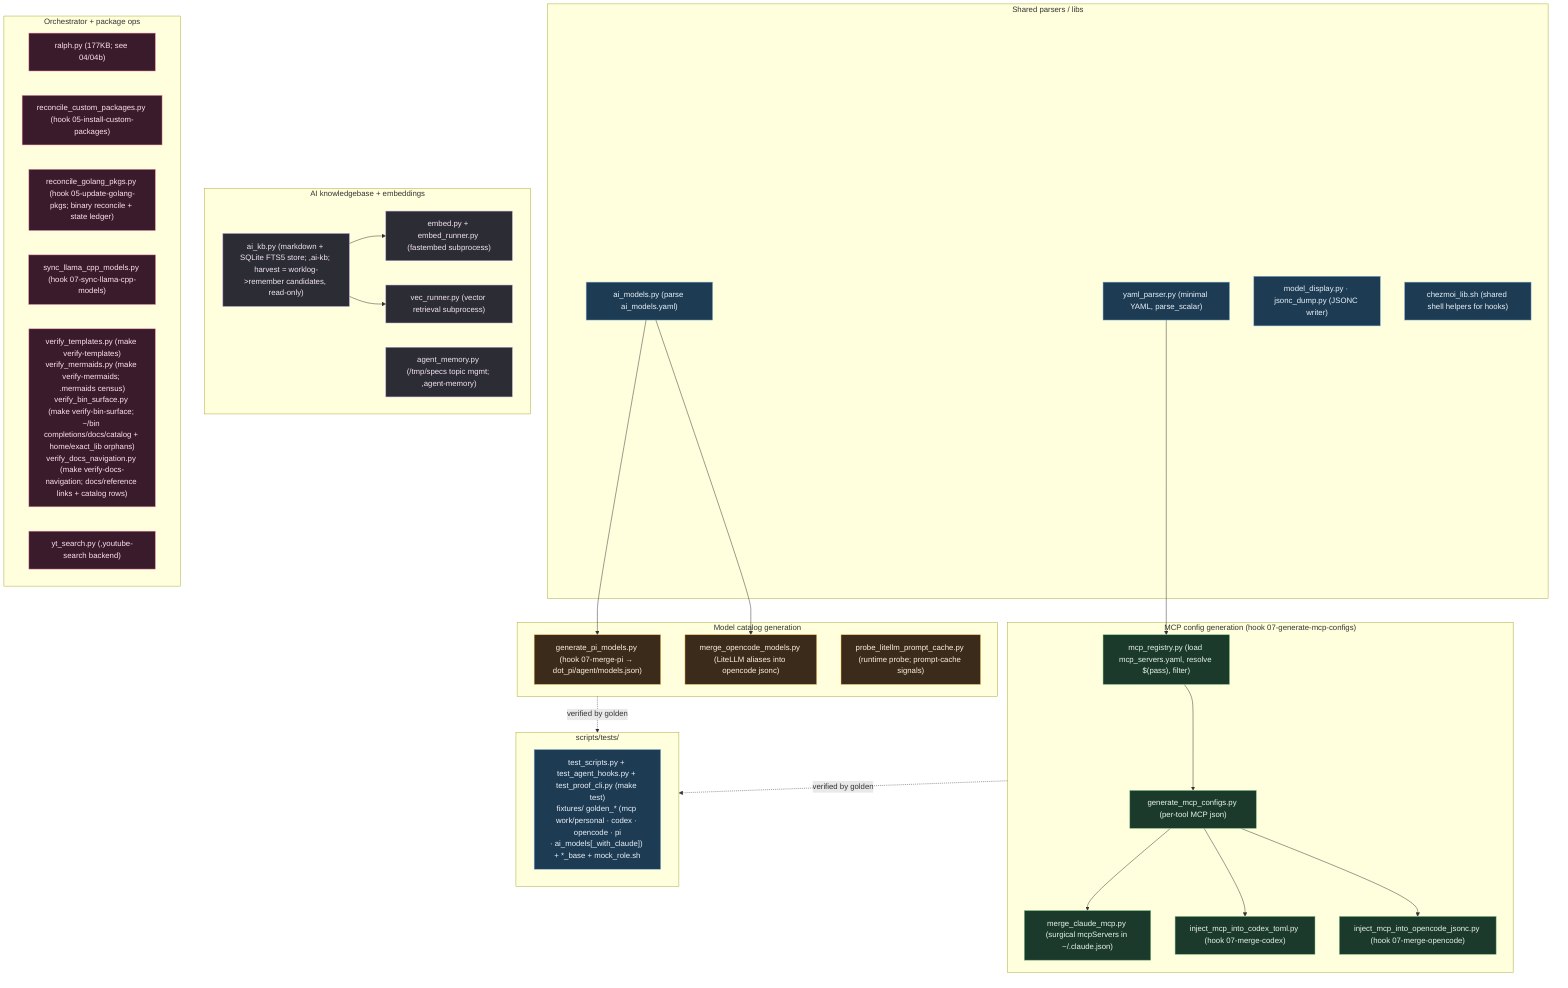
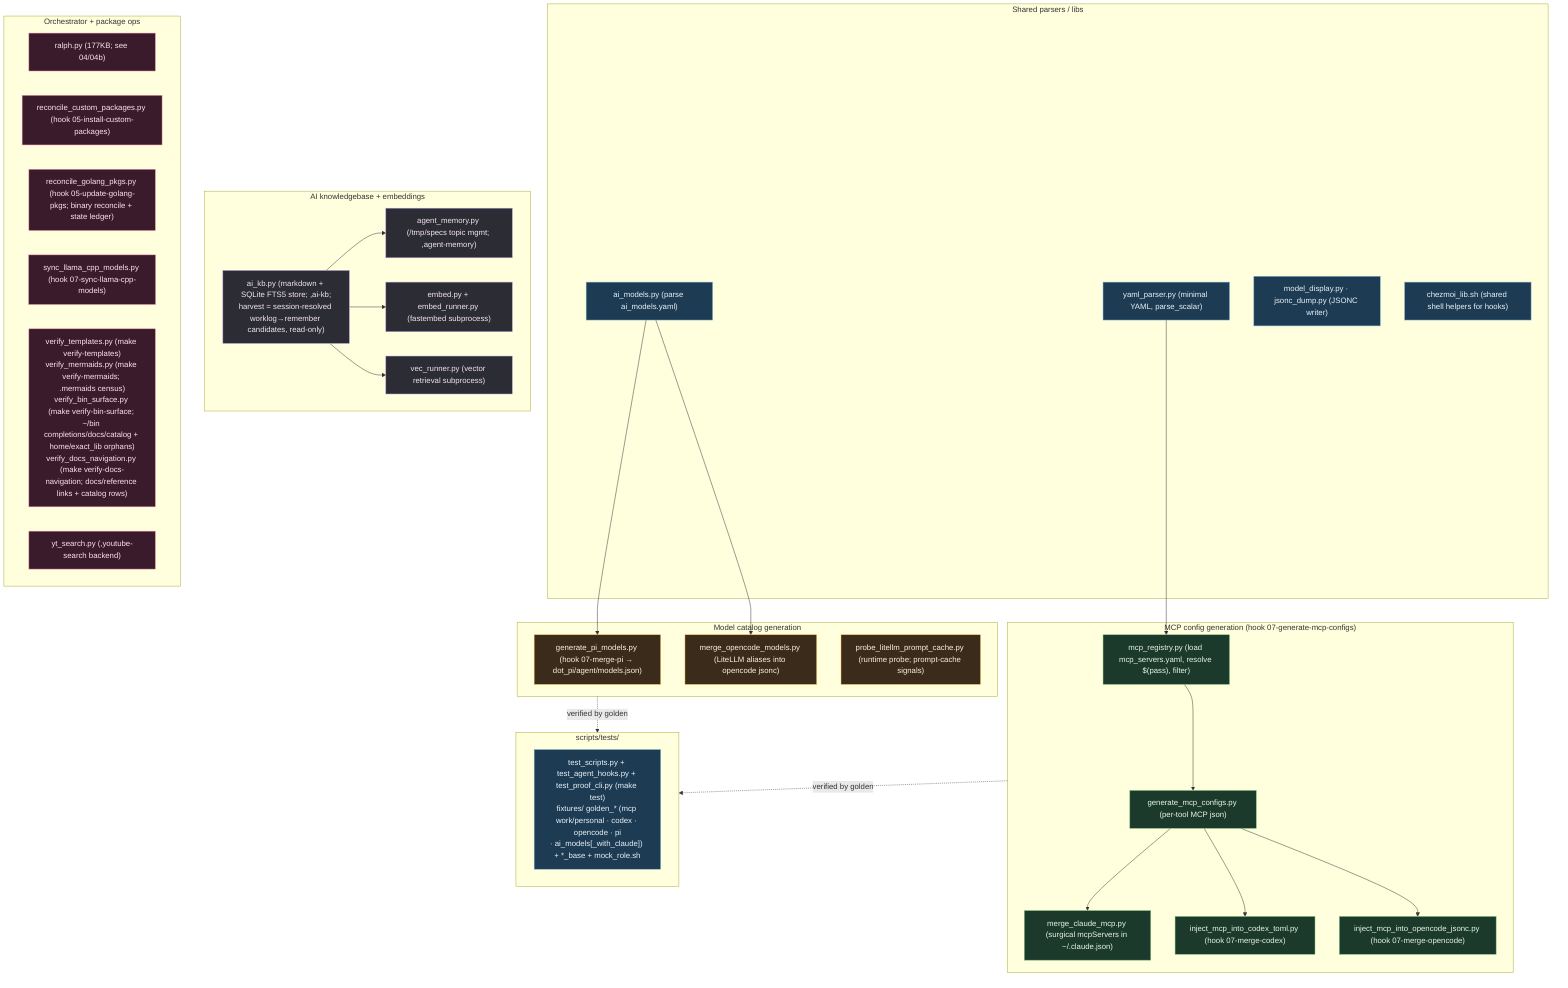
%% ============================================================================
%% 11-scripts-helpers.mmd — Every file in scripts/ (66). Repo-side Python
%% (stdlib only, no PyYAML) called by chezmoi 07-* hooks + ,bin commands.
%% Grouped by consumer. Shared parsers feed the generators/mergers.
%% ============================================================================
flowchart TB
    classDef shared fill:#1d3b53,stroke:#7fb3d5,color:#eaf2f8;
    classDef mcp fill:#1b3a2b,stroke:#81c784,color:#e8f5e9;
    classDef model fill:#3a2b1b,stroke:#ffb74d,color:#fff3e0;
    classDef ai fill:#2c2c34,stroke:#b39ddb,color:#f3e5f5;
    classDef misc fill:#3a1b2b,stroke:#f48fb1,color:#fce4ec;

    subgraph SHARED["Shared parsers / libs"]
        YP["yaml_parser.py (minimal YAML, parse_scalar)"]:::shared
        AM["ai_models.py (parse ai_models.yaml)"]:::shared
        MD["model_display.py · jsonc_dump.py (JSONC writer)"]:::shared
        CL["chezmoi_lib.sh (shared shell helpers for hooks)"]:::shared
    end

    subgraph MCPGEN["MCP config generation (hook 07-generate-mcp-configs)"]
        MR["mcp_registry.py (load mcp_servers.yaml, resolve $(pass), filter)"]:::mcp
        GMC["generate_mcp_configs.py (per-tool MCP json)"]:::mcp
        MCM["merge_claude_mcp.py (surgical mcpServers in ~/.claude.json)"]:::mcp
        ICT["inject_mcp_into_codex_toml.py (hook 07-merge-codex)"]:::mcp
        IOJ["inject_mcp_into_opencode_jsonc.py (hook 07-merge-opencode)"]:::mcp
    end
    YP --> MR --> GMC --> MCM & ICT & IOJ

    subgraph MODELGEN["Model catalog generation"]
        GPM["generate_pi_models.py (hook 07-merge-pi → dot_pi/agent/models.json)"]:::model
        MOM["merge_opencode_models.py (LiteLLM aliases into opencode jsonc)"]:::model
        PLP["probe_litellm_prompt_cache.py (runtime probe; prompt-cache signals)"]:::model
    end
    AM --> GPM & MOM

    subgraph AIKB["AI knowledgebase + embeddings"]
-         KB["ai_kb.py (markdown + SQLite FTS5 store; ,ai-kb; harvest = worklog->remember candidates, read-only)"]:::ai
+         KB["ai_kb.py (markdown + SQLite FTS5 store; ,ai-kb;<br/>harvest = session-resolved worklog→remember candidates, read-only)"]:::ai
        EMB["embed.py + embed_runner.py (fastembed subprocess)"]:::ai
        VEC["vec_runner.py (vector retrieval subprocess)"]:::ai
        AGM["agent_memory.py (/tmp/specs topic mgmt; ,agent-memory)"]:::ai
    end
-     KB --> EMB & VEC
+     KB --> AGM & EMB & VEC

    subgraph ORCH["Orchestrator + package ops"]
        RALPH["ralph.py (177KB; see 04/04b)"]:::misc
        RCP["reconcile_custom_packages.py (hook 05-install-custom-packages)"]:::misc
        RGP["reconcile_golang_pkgs.py (hook 05-update-golang-pkgs; binary reconcile + state ledger)"]:::misc
        SLC["sync_llama_cpp_models.py (hook 07-sync-llama-cpp-models)"]:::misc
        VT["verify_templates.py (make verify-templates)<br/>verify_mermaids.py (make verify-mermaids; .mermaids census)<br/>verify_bin_surface.py (make verify-bin-surface; ~/bin completions/docs/catalog + home/exact_lib orphans)<br/>verify_docs_navigation.py (make verify-docs-navigation; docs/reference links + catalog rows)"]:::misc
        YT["yt_search.py (,youtube-search backend)"]:::misc
    end

    subgraph TESTS["scripts/tests/"]
        T["test_scripts.py + test_agent_hooks.py + test_proof_cli.py (make test)<br/>fixtures/ golden_* (mcp work/personal · codex · opencode · pi<br/>· ai_models[_with_claude]) + *_base + mock_role.sh"]:::shared
    end
    MCPGEN -.verified by golden.-> TESTS
    MODELGEN -.verified by golden.-> TESTS
